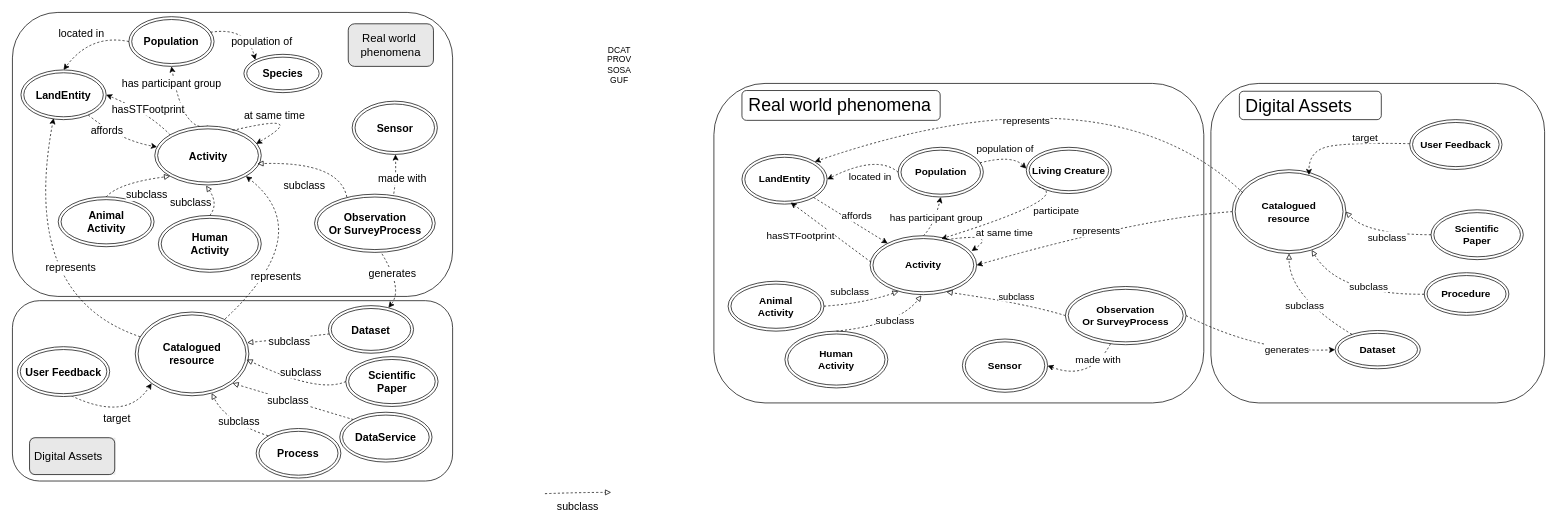
Before: page "schemas article" (3 of 7) of docs/diagrams/model_KG.drawio in IntForOut/outdoorPressure, a draw.io diagram. Source tidied: cells renumbered, new cells numbered last; positions are measured from the earlier drawing's top-left corner, leaving out a move shared by most shapes. Both pictures are drawn from the tidied source at 71%, with x=0, y=0 at pixel (12, 12).
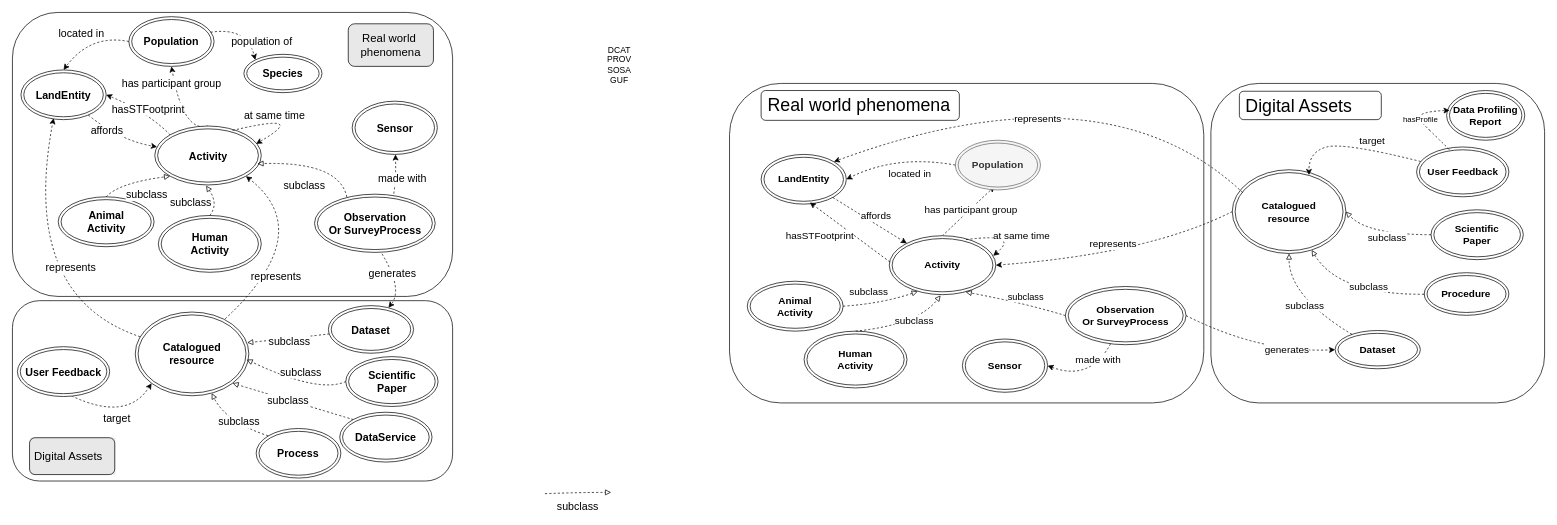
The same diagram, later.

Unchanged cells that the change refers to:
```xml
<mxCell id="9" value="&lt;b&gt;Catalogued &lt;br&gt;resource&lt;/b&gt;" style="ellipse;shape=doubleEllipse;whiteSpace=wrap;html=1;fontSize=14;fillColor=none;" parent="1" vertex="1">
  <mxGeometry x="1718.1" y="221.6" width="160" height="117.9" as="geometry" />
</mxCell>
```

Change to the diagram source:
```diff
@@
     <mxCell id="4" style="rounded=1;whiteSpace=wrap;html=1;fillColor=none;arcSize=16;" parent="1" vertex="1">
-      <mxGeometry x="988" y="100" width="690" height="450" as="geometry" />
+      <mxGeometry x="1010" y="100" width="668" height="450" as="geometry" />
     </mxCell>
@@
     <mxCell id="7" style="edgeStyle=none;html=1;exitX=0;exitY=0.5;exitDx=0;exitDy=0;entryX=1;entryY=0.5;entryDx=0;entryDy=0;rounded=0;curved=1;dashed=1;" parent="1" edge="1" source="9" target="20">
       <mxGeometry relative="1" as="geometry">
         <Array as="points">
-          <mxPoint x="1588" y="290" />
+          <mxPoint x="1600" y="340" />
         </Array>
       </mxGeometry>
     </mxCell>
     <mxCell id="8" value="&lt;font style=&quot;font-size: 14px; color: rgb(0, 0, 0);&quot;&gt;represents&lt;/font&gt;" style="edgeLabel;html=1;align=center;verticalAlign=middle;fontSize=16;fontColor=#FF0000;" parent="7" vertex="1">
       <mxGeometry x="0.3" y="13" relative="1" as="geometry">
-        <mxPoint x="40" y="-26" as="offset" />
+        <mxPoint x="42" y="-35" as="offset" />
       </mxGeometry>
     </mxCell>
@@
     <mxCell id="11" value="&lt;b&gt;Human&lt;/b&gt;&lt;div&gt;&lt;b&gt;Activity&lt;/b&gt;&lt;/div&gt;" style="ellipse;shape=doubleEllipse;whiteSpace=wrap;html=1;fontSize=14;" parent="1" vertex="1">
-      <mxGeometry x="1088" y="448.9" width="145" height="80" as="geometry" />
+      <mxGeometry x="1115" y="448.9" width="145" height="80" as="geometry" />
     </mxCell>
@@
     <mxCell id="15" style="edgeStyle=none;html=1;rounded=0;curved=1;dashed=1;" parent="1" edge="1" source="17" target="20">
       <mxGeometry relative="1" as="geometry">
         <Array as="points">
-          <mxPoint x="1208" y="310" />
+          <mxPoint x="1235" y="310" />
         </Array>
       </mxGeometry>
     </mxCell>
-    <mxCell id="16" value="&lt;span style=&quot;color: rgb(0, 0, 0);&quot;&gt;affords&lt;/span&gt;" style="edgeLabel;html=1;align=center;verticalAlign=middle;fontSize=14;" parent="15" vertex="1">
+    <mxCell id="16" value="&lt;span style=&quot;&quot;&gt;affords&lt;/span&gt;" style="edgeLabel;html=1;align=center;verticalAlign=middle;fontSize=14;fontColor=#000000;" parent="15" vertex="1">
       <mxGeometry x="0.04" y="11" relative="1" as="geometry" />
     </mxCell>
     <mxCell id="17" value="&lt;b&gt;LandEntity&lt;/b&gt;" style="ellipse;shape=doubleEllipse;whiteSpace=wrap;html=1;fontSize=14;" parent="1" vertex="1">
-      <mxGeometry x="1027.5" y="200" width="120" height="70" as="geometry" />
+      <mxGeometry x="1054.5" y="200" width="120" height="70" as="geometry" />
     </mxCell>
-    <mxCell id="18" style="edgeStyle=none;html=1;entryX=0.5;entryY=1;entryDx=0;entryDy=0;rounded=0;curved=1;exitX=0.5;exitY=0;exitDx=0;exitDy=0;dashed=1;" parent="1" edge="1" source="20" target="48">
+    <mxCell id="18" style="edgeStyle=none;html=1;rounded=0;curved=1;exitX=0.5;exitY=0;exitDx=0;exitDy=0;dashed=1;" parent="1" edge="1" source="20">
       <mxGeometry relative="1" as="geometry">
+        <mxPoint x="1383.5" y="244.8" as="targetPoint" />
         <Array as="points">
-          <mxPoint x="1298" y="300" />
+          <mxPoint x="1325" y="300" />
         </Array>
       </mxGeometry>
     </mxCell>
@@
     <mxCell id="20" value="&lt;b&gt;Activity&lt;/b&gt;" style="ellipse;shape=doubleEllipse;whiteSpace=wrap;html=1;fontSize=14;" parent="1" vertex="1">
-      <mxGeometry x="1208" y="314.5" width="150" height="83" as="geometry" />
+      <mxGeometry x="1235" y="314.5" width="150" height="83" as="geometry" />
     </mxCell>
     <mxCell id="21" value="&lt;b&gt;Animal&lt;/b&gt;&lt;div&gt;&lt;b&gt;Activity&lt;/b&gt;&lt;/div&gt;" style="ellipse;shape=doubleEllipse;whiteSpace=wrap;html=1;fontSize=14;" parent="1" vertex="1">
-      <mxGeometry x="1008" y="378.6" width="135" height="70.3" as="geometry" />
+      <mxGeometry x="1035" y="378.6" width="135" height="70.3" as="geometry" />
     </mxCell>
@@
-    <mxCell id="25" value="&lt;b&gt;Living Creature&lt;/b&gt;" style="ellipse;shape=doubleEllipse;whiteSpace=wrap;html=1;fontSize=14;" parent="1" vertex="1">
-      <mxGeometry x="1428" y="190" width="120" height="65.1" as="geometry" />
-    </mxCell>
@@
     <mxCell id="30" style="edgeStyle=none;html=1;exitX=1;exitY=0.5;exitDx=0;exitDy=0;entryX=0.267;entryY=0.946;entryDx=0;entryDy=0;entryPerimeter=0;dashed=1;rounded=0;curved=1;endArrow=block;endFill=0;" parent="1" edge="1" source="21" target="20">
       <mxGeometry relative="1" as="geometry">
         <Array as="points">
-          <mxPoint x="1198" y="410" />
+          <mxPoint x="1225" y="410" />
         </Array>
       </mxGeometry>
     </mxCell>
@@
     <mxCell id="32" style="edgeStyle=none;html=1;exitX=0.5;exitY=0;exitDx=0;exitDy=0;entryX=0.482;entryY=1.012;entryDx=0;entryDy=0;entryPerimeter=0;rounded=0;curved=1;dashed=1;endArrow=block;endFill=0;" parent="1" edge="1" source="11" target="20">
       <mxGeometry relative="1" as="geometry">
         <Array as="points">
-          <mxPoint x="1248" y="440" />
+          <mxPoint x="1275" y="440" />
         </Array>
       </mxGeometry>
     </mxCell>
@@
     <mxCell id="44" style="group;" parent="1" vertex="1">
-      <mxGeometry x="1027.5" y="110" width="300.5" height="42" as="geometry" />
+      <mxGeometry x="1054.5" y="110" width="300.5" height="42" as="geometry" />
     </mxCell>
@@
-    <mxCell id="48" value="&lt;b&gt;Population&lt;/b&gt;" style="ellipse;shape=doubleEllipse;whiteSpace=wrap;html=1;fontSize=14;" parent="1" vertex="1">
-      <mxGeometry x="1247.5" y="190" width="120" height="70" as="geometry" />
+    <mxCell id="48" value="&lt;b&gt;Population&lt;/b&gt;" style="ellipse;shape=doubleEllipse;whiteSpace=wrap;html=1;fontSize=14;fillColor=#f5f5f5;fontColor=#333333;strokeColor=#666666;" parent="1" vertex="1">
+      <mxGeometry x="1328" y="180" width="120" height="70" as="geometry" />
     </mxCell>
     <mxCell id="49" style="edgeStyle=none;html=1;rounded=0;curved=1;dashed=1;exitX=0;exitY=0.5;exitDx=0;exitDy=0;entryX=1;entryY=0.5;entryDx=0;entryDy=0;" parent="1" edge="1" source="48" target="17">
       <mxGeometry relative="1" as="geometry">
         <Array as="points">
-          <mxPoint x="1218" y="200" />
+          <mxPoint x="1245" y="200" />
         </Array>
       </mxGeometry>
     </mxCell>
     <mxCell id="50" value="&lt;font style=&quot;font-size: 14px;&quot;&gt;located in&lt;/font&gt;" style="edgeLabel;html=1;align=center;verticalAlign=middle;" parent="49" vertex="1">
       <mxGeometry x="-0.37" y="-5" relative="1" as="geometry">
-        <mxPoint x="-15" y="33" as="offset" />
+        <mxPoint x="-15" y="25" as="offset" />
       </mxGeometry>
     </mxCell>
-    <mxCell id="51" style="edgeStyle=none;html=1;rounded=0;curved=1;dashed=1;exitX=0.958;exitY=0.314;exitDx=0;exitDy=0;exitPerimeter=0;" parent="1" edge="1" source="48">
-      <mxGeometry relative="1" as="geometry">
-        <mxPoint x="1428" y="220" as="targetPoint" />
-        <Array as="points">
-          <mxPoint x="1408" y="200" />
-        </Array>
-      </mxGeometry>
-    </mxCell>
-    <mxCell id="52" value="population of" style="edgeLabel;html=1;align=center;verticalAlign=middle;fontSize=14;" parent="51" vertex="1">
-      <mxGeometry x="0.04" y="11" relative="1" as="geometry" />
-    </mxCell>
-    <mxCell id="53" style="curved=1;endArrow=classic;html=1;rounded=0;exitX=0.72;exitY=0.066;exitDx=0;exitDy=0;exitPerimeter=0;dashed=1;" parent="1" edge="1" source="20">
+    <mxCell id="53" style="curved=1;endArrow=classic;html=1;rounded=0;exitX=0.72;exitY=0.066;exitDx=0;exitDy=0;exitPerimeter=0;dashed=1;entryX=0.976;entryY=0.341;entryDx=0;entryDy=0;entryPerimeter=0;" parent="1" edge="1" source="20" target="20">
       <mxGeometry relative="1" as="geometry">
-        <mxPoint x="1351" y="336" as="targetPoint" />
         <Array as="points">
-          <mxPoint x="1388" y="310" />
+          <mxPoint x="1420" y="310" />
         </Array>
       </mxGeometry>
     </mxCell>
     <mxCell id="54" value="&lt;font style=&quot;font-size: 14px;&quot;&gt;at same &lt;font&gt;time&lt;/font&gt;&lt;/font&gt;" style="edgeLabel;html=1;align=center;verticalAlign=middle;" parent="53" vertex="1">
       <mxGeometry x="0.69" y="2" relative="1" as="geometry">
-        <mxPoint x="30" y="-17" as="offset" />
+        <mxPoint x="22" y="-18" as="offset" />
       </mxGeometry>
     </mxCell>
@@
     <mxCell id="57" value="&lt;b&gt;User Feedback&lt;/b&gt;" style="ellipse;shape=doubleEllipse;whiteSpace=wrap;html=1;fontSize=14;" parent="1" vertex="1">
-      <mxGeometry x="1968" y="151" width="130" height="70.2" as="geometry" />
+      <mxGeometry x="1977.7" y="189.5" width="130" height="70.2" as="geometry" />
     </mxCell>
@@
-    <mxCell id="116" style="edgeStyle=none;html=1;rounded=0;curved=1;dashed=1;exitX=0;exitY=1;exitDx=0;exitDy=0;entryX=0.668;entryY=0.052;entryDx=0;entryDy=0;entryPerimeter=0;" parent="1" edge="1" source="25" target="20">
-      <mxGeometry relative="1" as="geometry">
-        <Array as="points">
-          <mxPoint x="1496" y="260" />
-        </Array>
-      </mxGeometry>
-    </mxCell>
-    <mxCell id="117" value="participate" style="edgeLabel;html=1;align=center;verticalAlign=middle;fontSize=14;" parent="116" vertex="1">
-      <mxGeometry x="0.04" y="11" relative="1" as="geometry">
-        <mxPoint x="44" y="-15" as="offset" />
-      </mxGeometry>
-    </mxCell>
@@
+    <mxCell id="120" value="&lt;b&gt;Data Profiling Report&lt;/b&gt;" style="ellipse;shape=doubleEllipse;whiteSpace=wrap;html=1;fontSize=14;" parent="1" vertex="1">
+      <mxGeometry x="2020" y="110" width="110" height="70" as="geometry" />
+    </mxCell>
+    <mxCell id="121" style="edgeStyle=none;html=1;entryX=0.039;entryY=0.399;entryDx=0;entryDy=0;rounded=0;curved=1;dashed=1;entryPerimeter=0;exitX=0.355;exitY=0.053;exitDx=0;exitDy=0;exitPerimeter=0;" parent="1" edge="1" source="57" target="120">
+      <mxGeometry relative="1" as="geometry">
+        <Array as="points">
+          <mxPoint x="1990" y="160" />
+          <mxPoint x="2000" y="170" />
+          <mxPoint x="1970" y="140" />
+        </Array>
+      </mxGeometry>
+    </mxCell>
+    <mxCell id="122" value="hasProfile" style="edgeLabel;html=1;align=center;verticalAlign=middle;" parent="121" vertex="1">
+      <mxGeometry x="-0.09" y="-7" relative="1" as="geometry">
+        <mxPoint x="-15" y="-7" as="offset" />
+      </mxGeometry>
+    </mxCell>
```
